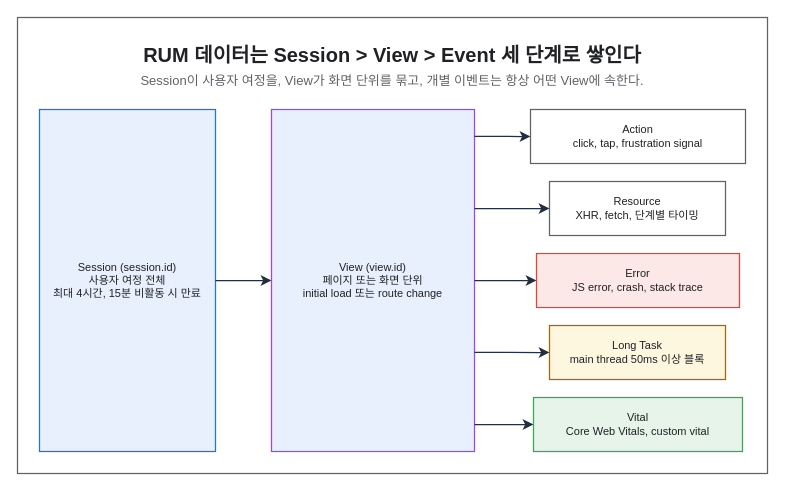
The draw.io diagram assets/img/observability/datadog-rum-01-data-model.drawio in KKamJi98/kkamji98.github.io, before the edit. Source tidied: cells renumbered, new cells numbered last; positions are measured from the earlier drawing's top-left corner, leaving out a move shared by most shapes. Both pictures are drawn from the tidied source at 100%, with x=0, y=0 at pixel (17, 17).
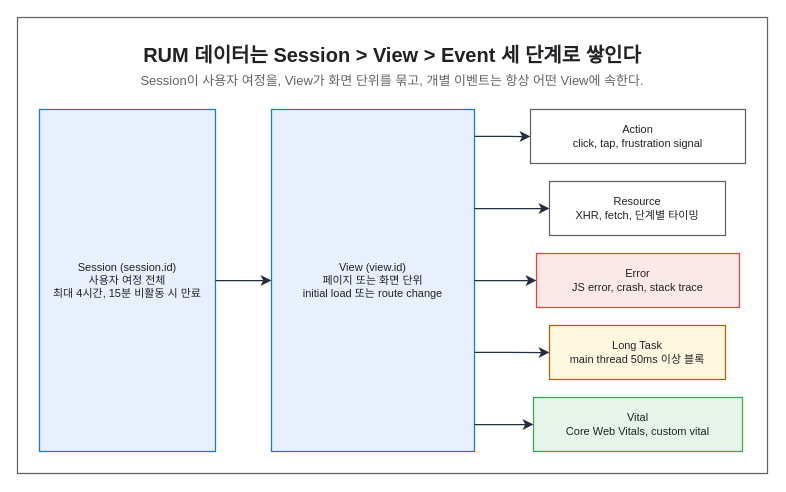
The same diagram, later.

The edit, as a diff of the source:
```diff
@@
 <mxGraphModel background="#FFFFFF">
   <root>
     <mxCell id="0" />
     <mxCell id="1" parent="0" />
     <mxCell id="2" style="rounded=0;html=0;fillColor=none;strokeColor=#5F6368;fontColor=#202124;strokeWidth=1.25;" parent="1" vertex="1">
       <mxGeometry width="750" height="456" as="geometry" />
     </mxCell>
     <mxCell id="3" value="RUM 데이터는 Session &gt; View &gt; Event 세 단계로 쌓인다" style="text;html=0;whiteSpace=wrap;fillColor=none;strokeColor=none;fontColor=#202124;fontSize=20;fontStyle=1;align=center;verticalAlign=middle;" parent="1" vertex="1">
       <mxGeometry x="22" y="22" width="706" height="30" as="geometry" />
     </mxCell>
     <mxCell id="4" value="Session이 사용자 여정을, View가 화면 단위를 묶고, 개별 이벤트는 항상 어떤 View에 속한다." style="text;html=0;whiteSpace=wrap;fillColor=none;strokeColor=none;fontColor=#5F6368;fontSize=13;fontStyle=0;align=center;verticalAlign=middle;" parent="1" vertex="1">
       <mxGeometry x="22" y="52" width="706" height="22" as="geometry" />
     </mxCell>
     <mxCell id="5" value="Session (session.id)&#10;사용자 여정 전체&#10;최대 4시간, 15분 비활동 시 만료" style="rounded=0;whiteSpace=wrap;html=0;fillColor=#E8F0FE;strokeColor=#1A73E8;fontColor=#202124;fontSize=11;fontStyle=0;align=center;verticalAlign=middle;spacingLeft=6;spacingRight=6;strokeWidth=1.25;" parent="1" vertex="1">
       <mxGeometry x="22" y="92" width="176" height="342" as="geometry" />
     </mxCell>
-    <mxCell id="6" value="View (view.id)&#10;페이지 또는 화면 단위&#10;initial load 또는 route change" style="rounded=0;whiteSpace=wrap;html=0;fillColor=#E8F0FE;strokeColor=#A142F4;fontColor=#202124;fontSize=11;fontStyle=0;align=center;verticalAlign=middle;spacingLeft=6;spacingRight=6;strokeWidth=1.25;" parent="1" vertex="1">
+    <mxCell id="6" value="View (view.id)&#10;페이지 또는 화면 단위&#10;initial load 또는 route change" style="rounded=0;whiteSpace=wrap;html=0;fillColor=#E8F0FE;strokeColor=#1A73E8;fontColor=#202124;fontSize=11;fontStyle=0;align=center;verticalAlign=middle;spacingLeft=6;spacingRight=6;strokeWidth=1.25;" parent="1" vertex="1">
       <mxGeometry x="254" y="92" width="203" height="342" as="geometry" />
     </mxCell>
     <mxCell id="7" value="Action&#10;click, tap, frustration signal" style="rounded=0;whiteSpace=wrap;html=0;fillColor=#FFFFFF;strokeColor=#5F6368;fontColor=#202124;fontSize=11;fontStyle=0;align=center;verticalAlign=middle;spacingLeft=6;spacingRight=6;strokeWidth=1.25;" parent="1" vertex="1">
       <mxGeometry x="513" y="92" width="215" height="54" as="geometry" />
     </mxCell>
     <mxCell id="8" value="Resource&#10;XHR, fetch, 단계별 타이밍" style="rounded=0;whiteSpace=wrap;html=0;fillColor=#FFFFFF;strokeColor=#5F6368;fontColor=#202124;fontSize=11;fontStyle=0;align=center;verticalAlign=middle;spacingLeft=6;spacingRight=6;strokeWidth=1.25;" parent="1" vertex="1">
       <mxGeometry x="532" y="164" width="176" height="54" as="geometry" />
     </mxCell>
     <mxCell id="9" value="Error&#10;JS error, crash, stack trace" style="rounded=0;whiteSpace=wrap;html=0;fillColor=#FCE8E6;strokeColor=#EA4335;fontColor=#202124;fontSize=11;fontStyle=0;align=center;verticalAlign=middle;spacingLeft=6;spacingRight=6;strokeWidth=1.25;" parent="1" vertex="1">
       <mxGeometry x="519" y="236" width="203" height="54" as="geometry" />
     </mxCell>
     <mxCell id="10" value="Long Task&#10;main thread 50ms 이상 블록" style="rounded=0;whiteSpace=wrap;html=0;fillColor=#FEF7E0;strokeColor=#B06000;fontColor=#202124;fontSize=11;fontStyle=0;align=center;verticalAlign=middle;spacingLeft=6;spacingRight=6;strokeWidth=1.25;" parent="1" vertex="1">
       <mxGeometry x="532" y="308" width="176" height="54" as="geometry" />
     </mxCell>
     <mxCell id="11" value="Vital&#10;Core Web Vitals, custom vital" style="rounded=0;whiteSpace=wrap;html=0;fillColor=#E6F4EA;strokeColor=#34A853;fontColor=#202124;fontSize=11;fontStyle=0;align=center;verticalAlign=middle;spacingLeft=6;spacingRight=6;strokeWidth=1.25;" parent="1" vertex="1">
       <mxGeometry x="516" y="380" width="209" height="54" as="geometry" />
     </mxCell>
     <mxCell id="12" style="edgeStyle=orthogonalEdgeStyle;rounded=0;html=0;strokeColor=#232F3E;strokeWidth=1.25;endArrow=classic;endFill=1;endSize=7;fontSize=11;fontColor=#202124;labelBackgroundColor=none;jettySize=14;exitX=1;exitY=0.5;entryX=0;entryY=0.5;exitDx=0;exitDy=0;entryDx=0;entryDy=0;" parent="1" edge="1" source="5" target="6">
       <mxGeometry relative="1" as="geometry" />
     </mxCell>
     <mxCell id="13" style="edgeStyle=orthogonalEdgeStyle;rounded=0;html=0;strokeColor=#232F3E;strokeWidth=1.25;endArrow=classic;endFill=1;endSize=7;fontSize=11;fontColor=#202124;labelBackgroundColor=none;jettySize=14;exitX=1;exitY=0.0789;entryX=0;entryY=0.5;exitDx=0;exitDy=0;entryDx=0;entryDy=0;" parent="1" edge="1" source="6" target="7">
       <mxGeometry relative="1" as="geometry" />
     </mxCell>
     <mxCell id="14" style="edgeStyle=orthogonalEdgeStyle;rounded=0;html=0;strokeColor=#232F3E;strokeWidth=1.25;endArrow=classic;endFill=1;endSize=7;fontSize=11;fontColor=#202124;labelBackgroundColor=none;jettySize=14;exitX=1;exitY=0.2895;entryX=0;entryY=0.5;exitDx=0;exitDy=0;entryDx=0;entryDy=0;" parent="1" edge="1" source="6" target="8">
       <mxGeometry relative="1" as="geometry" />
     </mxCell>
     <mxCell id="15" style="edgeStyle=orthogonalEdgeStyle;rounded=0;html=0;strokeColor=#232F3E;strokeWidth=1.25;endArrow=classic;endFill=1;endSize=7;fontSize=11;fontColor=#202124;labelBackgroundColor=none;jettySize=14;exitX=1;exitY=0.5;entryX=0;entryY=0.5;exitDx=0;exitDy=0;entryDx=0;entryDy=0;" parent="1" edge="1" source="6" target="9">
       <mxGeometry relative="1" as="geometry" />
     </mxCell>
     <mxCell id="16" style="edgeStyle=orthogonalEdgeStyle;rounded=0;html=0;strokeColor=#232F3E;strokeWidth=1.25;endArrow=classic;endFill=1;endSize=7;fontSize=11;fontColor=#202124;labelBackgroundColor=none;jettySize=14;exitX=1;exitY=0.7105;entryX=0;entryY=0.5;exitDx=0;exitDy=0;entryDx=0;entryDy=0;" parent="1" edge="1" source="6" target="10">
       <mxGeometry relative="1" as="geometry" />
     </mxCell>
     <mxCell id="17" style="edgeStyle=orthogonalEdgeStyle;rounded=0;html=0;strokeColor=#232F3E;strokeWidth=1.25;endArrow=classic;endFill=1;endSize=7;fontSize=11;fontColor=#202124;labelBackgroundColor=none;jettySize=14;exitX=1;exitY=0.9211;entryX=0;entryY=0.5;exitDx=0;exitDy=0;entryDx=0;entryDy=0;" parent="1" edge="1" source="6" target="11">
       <mxGeometry relative="1" as="geometry" />
     </mxCell>
   </root>
 </mxGraphModel>
```
